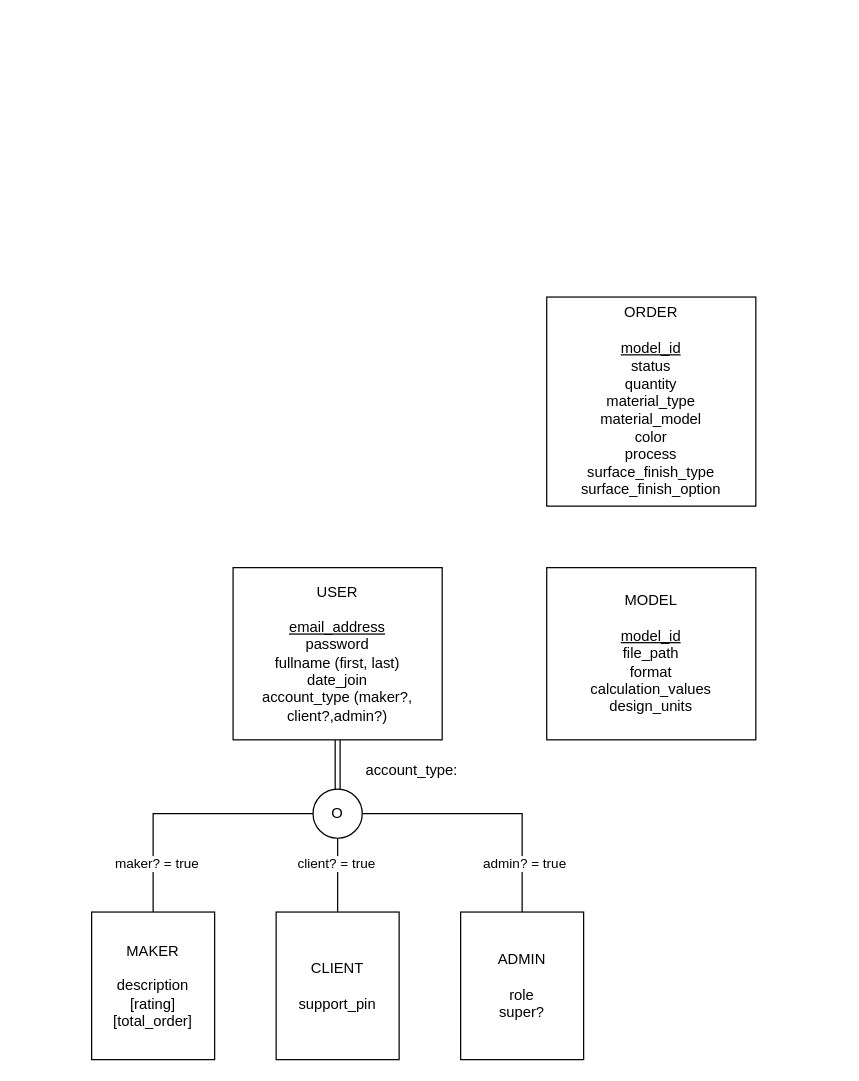
Earlier version of the draw.io diagram MakeMe ER.drawio (lucasodra/makeme-express). Source tidied: cells renumbered, new cells numbered last; positions are measured from the earlier drawing's top-left corner, leaving out a move shared by most shapes. Both pictures are drawn from the tidied source at 123%, with x=0, y=0 at pixel (91, 296).
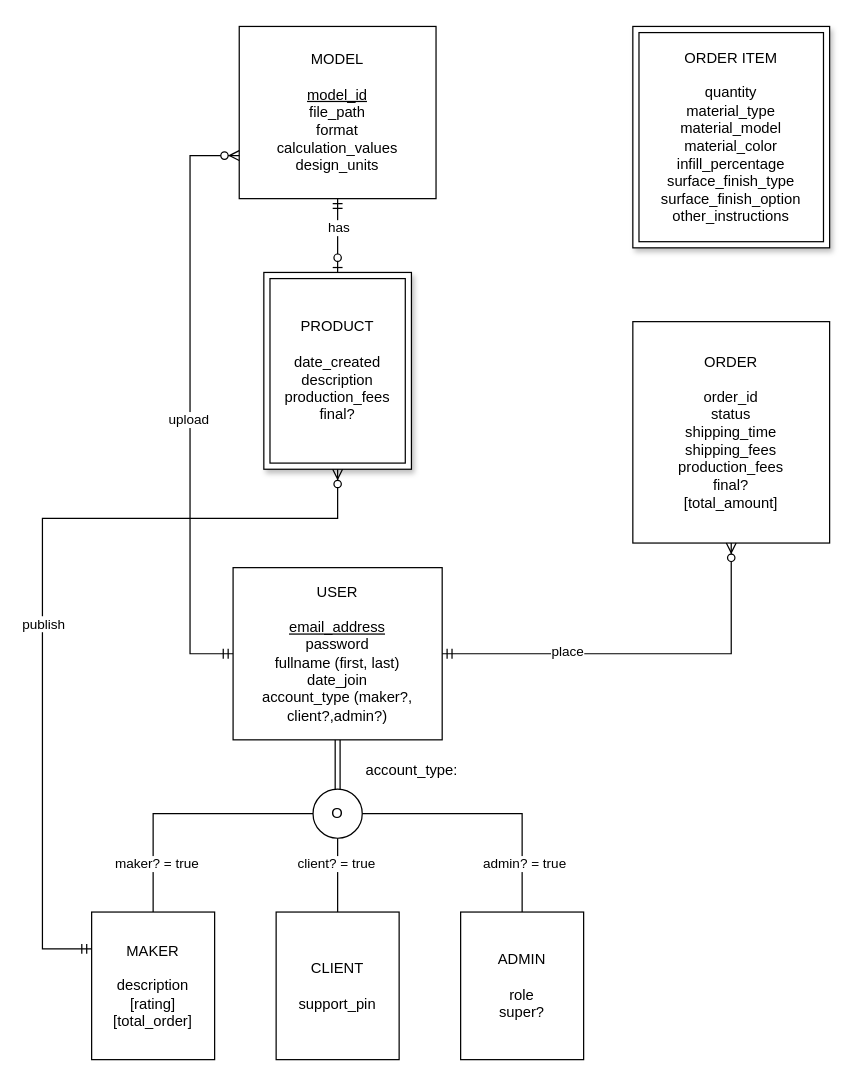
After the change.

The change refers to these unchanged cells:
```xml
<mxCell id="3" value="USER&lt;br&gt;&lt;br&gt;&lt;u&gt;email_address&lt;br&gt;&lt;/u&gt;password&lt;br&gt;fullname (first, last)&lt;br&gt;date_join&lt;br&gt;account_type (maker?, client?,admin?)" style="whiteSpace=wrap;html=1;align=center;" parent="1" vertex="1">
  <mxGeometry x="115" y="220" width="170" height="140" as="geometry" />
</mxCell>
<mxCell id="4" value="MAKER&lt;br&gt;&lt;br&gt;description&lt;br&gt;[rating]&lt;br&gt;[total_order]" style="whiteSpace=wrap;html=1;align=center;" parent="1" vertex="1">
  <mxGeometry y="500" width="100" height="120" as="geometry" />
</mxCell>
```

Change to the diagram source:
```diff
@@
     <mxCell id="15" value="MODEL&lt;br&gt;&lt;br&gt;&lt;u&gt;model_id&lt;br&gt;&lt;/u&gt;file_path&lt;br&gt;format&lt;br&gt;calculation_values&lt;br&gt;design_units" style="whiteSpace=wrap;html=1;align=center;" parent="1" vertex="1">
-      <mxGeometry x="370" y="220" width="170" height="140" as="geometry" />
+      <mxGeometry x="120" y="-220" width="160" height="140" as="geometry" />
     </mxCell>
-    <mxCell id="16" value="ORDER&lt;br&gt;&lt;u&gt;&lt;br&gt;model_id&lt;br&gt;&lt;/u&gt;status&lt;br&gt;quantity&lt;br&gt;material_type&lt;br&gt;material_model&lt;br&gt;color&lt;br&gt;process&lt;br&gt;surface_finish_type&lt;br&gt;surface_finish_option&lt;br&gt;" style="whiteSpace=wrap;html=1;align=center;" parent="1" vertex="1">
-      <mxGeometry x="370" width="170" height="170" as="geometry" />
+    <mxCell id="16" value="ORDER&lt;br&gt;&lt;br&gt;order_id&lt;br&gt;status&lt;br&gt;shipping_time&lt;br&gt;shipping_fees&lt;br&gt;production_fees&lt;br&gt;final?&lt;br&gt;[total_amount]" style="whiteSpace=wrap;html=1;align=center;" parent="1" vertex="1">
+      <mxGeometry x="440" y="20" width="160" height="180" as="geometry" />
     </mxCell>
+    <mxCell id="17" value="PRODUCT&lt;br&gt;&lt;br&gt;date_created&lt;br&gt;description&lt;br&gt;production_fees&lt;br&gt;final?" style="shape=ext;margin=3;double=1;whiteSpace=wrap;html=1;align=center;shadow=1;" parent="1" vertex="1">
+      <mxGeometry x="140" y="-20" width="120" height="160" as="geometry" />
+    </mxCell>
+    <mxCell id="18" style="fontSize=12;html=1;endArrow=ERzeroToMany;startArrow=ERmandOne;rounded=0;exitX=0;exitY=0.25;exitDx=0;exitDy=0;entryX=0.5;entryY=1;entryDx=0;entryDy=0;edgeStyle=orthogonalEdgeStyle;" parent="1" edge="1" source="4" target="17">
+      <mxGeometry relative="1" as="geometry">
+        <Array as="points">
+          <mxPoint x="-40" y="530" />
+          <mxPoint x="-40" y="180" />
+          <mxPoint x="200" y="180" />
+        </Array>
+      </mxGeometry>
+    </mxCell>
+    <mxCell id="19" value="publish" style="edgeLabel;html=1;align=center;verticalAlign=middle;" parent="18" vertex="1">
+      <mxGeometry x="-0.09" y="-3" relative="1" as="geometry">
+        <mxPoint x="-3" as="offset" />
+      </mxGeometry>
+    </mxCell>
+    <mxCell id="20" style="fontSize=12;html=1;endArrow=ERzeroToOne;startArrow=ERmandOne;rounded=0;exitX=0.5;exitY=1;exitDx=0;exitDy=0;entryX=0.5;entryY=0;entryDx=0;entryDy=0;" parent="1" edge="1" source="15" target="17">
+      <mxGeometry relative="1" as="geometry" />
+    </mxCell>
+    <mxCell id="21" value="has" style="edgeLabel;html=1;align=center;verticalAlign=middle;" parent="20" vertex="1">
+      <mxGeometry x="-0.23" y="2" relative="1" as="geometry">
+        <mxPoint x="-2" as="offset" />
+      </mxGeometry>
+    </mxCell>
+    <mxCell id="22" style="fontSize=12;html=1;endArrow=ERzeroToMany;startArrow=ERmandOne;rounded=0;entryX=0;entryY=0.75;entryDx=0;entryDy=0;edgeStyle=orthogonalEdgeStyle;" parent="1" edge="1" source="3" target="15">
+      <mxGeometry relative="1" as="geometry">
+        <Array as="points">
+          <mxPoint x="80" y="290" />
+          <mxPoint x="80" y="-115" />
+        </Array>
+      </mxGeometry>
+    </mxCell>
+    <mxCell id="23" value="upload" style="edgeLabel;html=1;align=center;verticalAlign=middle;" parent="22" vertex="1">
+      <mxGeometry x="-0.06" y="2" relative="1" as="geometry" />
+    </mxCell>
+    <mxCell id="24" style="edgeStyle=orthogonalEdgeStyle;fontSize=12;html=1;endArrow=ERzeroToMany;startArrow=ERmandOne;rounded=0;entryX=0.5;entryY=1;entryDx=0;entryDy=0;exitX=1;exitY=0.5;exitDx=0;exitDy=0;" parent="1" edge="1" source="3" target="16">
+      <mxGeometry relative="1" as="geometry" />
+    </mxCell>
+    <mxCell id="25" value="place" style="edgeLabel;html=1;align=center;verticalAlign=middle;" parent="24" vertex="1">
+      <mxGeometry x="-0.38" y="3" relative="1" as="geometry" />
+    </mxCell>
+    <mxCell id="26" value="ORDER ITEM&lt;br&gt;&lt;br&gt;quantity&lt;br style=&quot;border-color: var(--border-color);&quot;&gt;material_type&lt;br style=&quot;border-color: var(--border-color);&quot;&gt;material_model&lt;br style=&quot;border-color: var(--border-color);&quot;&gt;material_color&lt;br style=&quot;border-color: var(--border-color);&quot;&gt;infill_percentage&lt;br style=&quot;border-color: var(--border-color);&quot;&gt;surface_finish_type&lt;br style=&quot;border-color: var(--border-color);&quot;&gt;surface_finish_option&lt;br style=&quot;border-color: var(--border-color);&quot;&gt;other_instructions" style="shape=ext;margin=3;double=1;whiteSpace=wrap;html=1;align=center;shadow=1;" parent="1" vertex="1">
+      <mxGeometry x="440" y="-220" width="160" height="180" as="geometry" />
+    </mxCell>
```
